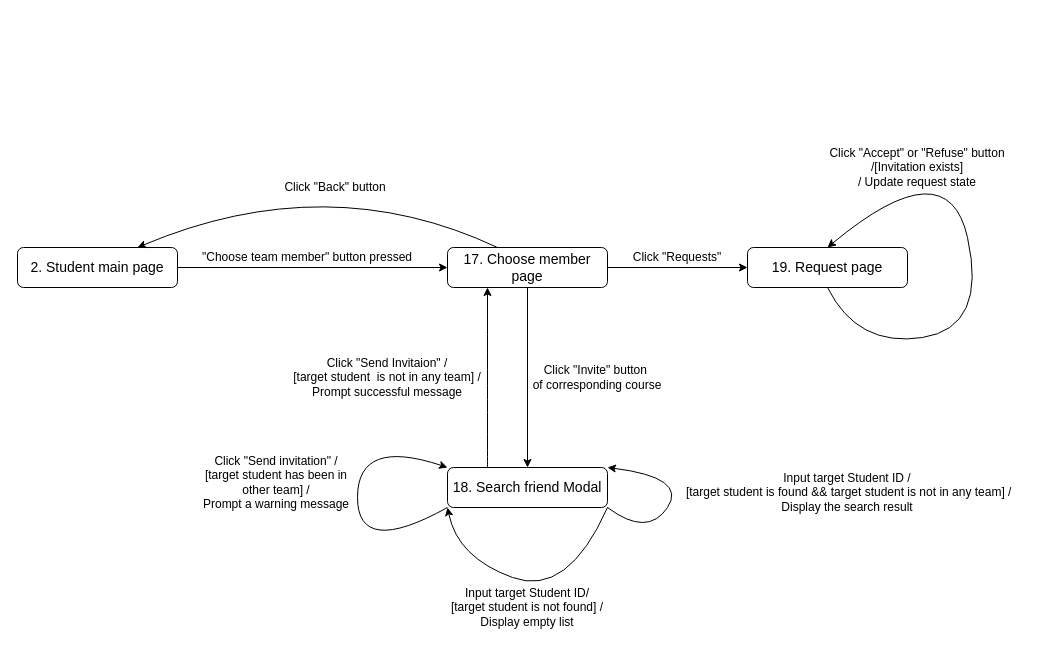
ShyScott/Air keeps this draw.io diagram as Documents/Specifications/Diagrams/3.7_StudentChooseTeamMember.drawio. Above is the earlier version. Source tidied: cells renumbered, new cells numbered last; positions are measured from the earlier drawing's top-left corner, leaving out a move shared by most shapes. Both pictures are drawn from the tidied source at 100%, with x=0, y=0 at pixel (17, 147).
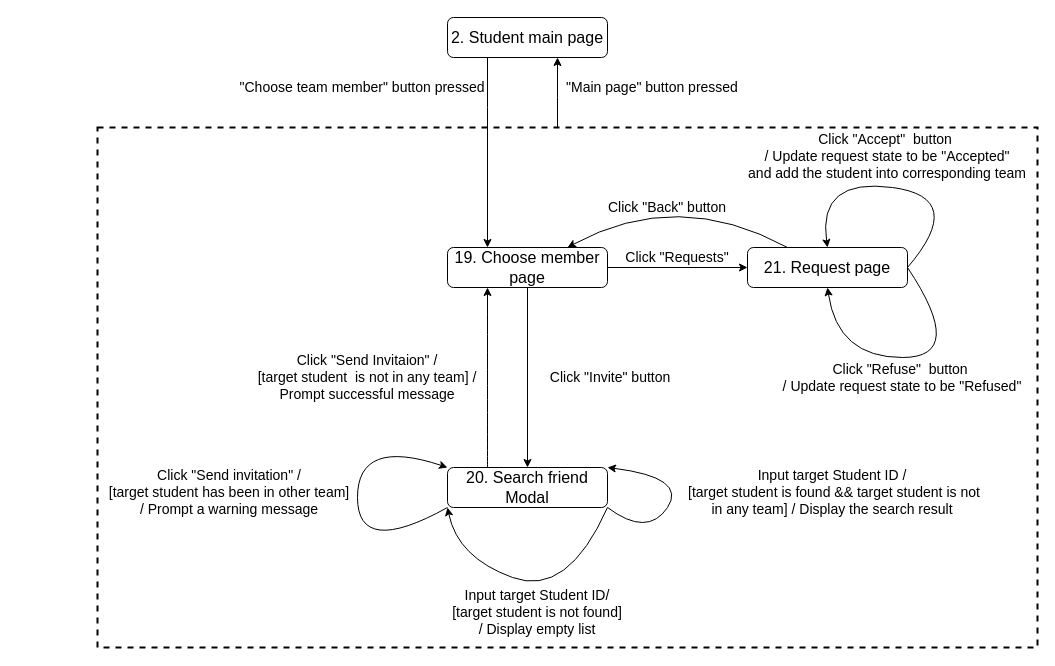
The same page after the edit.

Change to the diagram source:
```diff
@@
+    <mxCell id="24" style="edgeStyle=orthogonalEdgeStyle;rounded=0;jettySize=auto;html=1;" parent="1" edge="1" source="25" target="3">
+      <mxGeometry relative="1" as="geometry">
+        <Array as="points">
+          <mxPoint x="540" y="-50" />
+          <mxPoint x="540" y="-50" />
+        </Array>
+      </mxGeometry>
+    </mxCell>
+    <mxCell id="25" style="rounded=0;whiteSpace=wrap;html=1;strokeWidth=2;dashed=1;fillColor=none;" parent="1" vertex="1">
+      <mxGeometry x="80" y="-20" width="940" height="520" as="geometry" />
+    </mxCell>
-    <mxCell id="2" style="edgeStyle=orthogonalEdgeStyle;rounded=0;jettySize=auto;html=1;exitX=1;exitY=0.5;exitDx=0;exitDy=0;entryX=0;entryY=0.5;entryDx=0;entryDy=0;" parent="1" edge="1" source="3" target="7">
-      <mxGeometry relative="1" as="geometry" />
+    <mxCell id="2" style="edgeStyle=orthogonalEdgeStyle;rounded=0;jettySize=auto;html=1;" parent="1" edge="1" source="3" target="7">
+      <mxGeometry relative="1" as="geometry">
+        <Array as="points">
+          <mxPoint x="470" y="-40" />
+          <mxPoint x="470" y="-40" />
+        </Array>
+      </mxGeometry>
     </mxCell>
-    <mxCell id="3" value="&lt;font style=&quot;font-size: 14px&quot;&gt;2. Student main page&lt;/font&gt;" style="rounded=1;whiteSpace=wrap;html=1;" parent="1" vertex="1">
-      <mxGeometry y="100" width="160" height="40" as="geometry" />
+    <mxCell id="3" value="&lt;font style=&quot;font-size: 16px&quot;&gt;2. Student main page&lt;/font&gt;" style="rounded=1;whiteSpace=wrap;html=1;" parent="1" vertex="1">
+      <mxGeometry x="430" y="-130" width="160" height="40" as="geometry" />
     </mxCell>
-    <mxCell id="4" value="&quot;Choose team member&quot; button pressed" style="text;html=1;strokeColor=none;fillColor=none;align=center;verticalAlign=middle;whiteSpace=wrap;rounded=0;" parent="1" vertex="1">
-      <mxGeometry x="180" y="100" width="220" height="20" as="geometry" />
+    <mxCell id="4" value="&lt;font style=&quot;font-size: 14px&quot;&gt;&quot;Choose team member&quot; button pressed&lt;/font&gt;" style="text;html=1;strokeColor=none;fillColor=none;align=center;verticalAlign=middle;whiteSpace=wrap;rounded=0;" parent="1" vertex="1">
+      <mxGeometry x="220" y="-70" width="250" height="20" as="geometry" />
     </mxCell>
@@
-    <mxCell id="7" value="&lt;font style=&quot;font-size: 14px&quot;&gt;17. Choose member page&lt;/font&gt;" style="rounded=1;whiteSpace=wrap;html=1;" parent="1" vertex="1">
+    <mxCell id="7" value="&lt;font style=&quot;font-size: 16px&quot;&gt;19. Choose member page&lt;/font&gt;" style="rounded=1;whiteSpace=wrap;html=1;" parent="1" vertex="1">
       <mxGeometry x="430" y="100" width="160" height="40" as="geometry" />
     </mxCell>
@@
-    <mxCell id="9" value="&lt;font style=&quot;font-size: 14px&quot;&gt;18. Search friend Modal&lt;/font&gt;" style="rounded=1;whiteSpace=wrap;html=1;" parent="1" vertex="1">
+    <mxCell id="9" value="&lt;font style=&quot;font-size: 16px&quot;&gt;20. Search friend Modal&lt;/font&gt;" style="rounded=1;whiteSpace=wrap;html=1;" parent="1" vertex="1">
       <mxGeometry x="430" y="320" width="160" height="40" as="geometry" />
     </mxCell>
-    <mxCell id="10" value="Click &quot;Accept&quot; or &quot;Refuse&quot; button /[Invitation exists] &lt;br&gt;/ Update request state" style="text;html=1;strokeColor=none;fillColor=none;align=center;verticalAlign=middle;whiteSpace=wrap;rounded=0;" parent="1" vertex="1">
-      <mxGeometry x="790" y="10" width="220" height="20" as="geometry" />
+    <mxCell id="10" value="&lt;font style=&quot;font-size: 14px&quot;&gt;Click &quot;Accept&quot;&amp;nbsp; button&amp;nbsp;&lt;br&gt;/ Update request state to be &quot;Accepted&quot;&lt;br&gt;and add the student into corresponding team&lt;/font&gt;" style="text;html=1;strokeColor=none;fillColor=none;align=center;verticalAlign=middle;whiteSpace=wrap;rounded=0;" parent="1" vertex="1">
+      <mxGeometry x="730" y="-20" width="280" height="58" as="geometry" />
     </mxCell>
-    <mxCell id="11" style="endArrow=classic;html=1;curved=1;exitX=0.25;exitY=0;exitDx=0;exitDy=0;entryX=0.75;entryY=0;entryDx=0;entryDy=0;" parent="1" edge="1">
-      <mxGeometry relative="1" as="geometry">
-        <mxPoint x="480" y="100" as="sourcePoint" />
-        <mxPoint x="120" y="100" as="targetPoint" />
-        <Array as="points">
-          <mxPoint x="310" y="20" />
-        </Array>
-      </mxGeometry>
-    </mxCell>
-    <mxCell id="12" value="Click &quot;Invite&quot; button&amp;nbsp;&lt;br&gt;of corresponding course" style="text;html=1;strokeColor=none;fillColor=none;align=center;verticalAlign=middle;whiteSpace=wrap;rounded=0;" parent="1" vertex="1">
-      <mxGeometry x="510" y="220" width="140" height="20" as="geometry" />
+    <mxCell id="12" value="&lt;font style=&quot;font-size: 14px&quot;&gt;Click &quot;Invite&quot; button&amp;nbsp;&lt;br&gt;&lt;/font&gt;" style="text;html=1;strokeColor=none;fillColor=none;align=center;verticalAlign=middle;whiteSpace=wrap;rounded=0;" parent="1" vertex="1">
+      <mxGeometry x="510" y="220" width="170" height="20" as="geometry" />
     </mxCell>
@@
-    <mxCell id="14" value="Input target Student ID /&lt;br&gt;&amp;nbsp;[target student is found &amp;amp;&amp;amp; target student is not in any team] / Display the search result" style="text;html=1;strokeColor=none;fillColor=none;align=center;verticalAlign=middle;whiteSpace=wrap;rounded=0;" parent="1" vertex="1">
-      <mxGeometry x="660" y="320" width="340" height="50" as="geometry" />
+    <mxCell id="14" value="&lt;font style=&quot;font-size: 14px&quot;&gt;Input target Student ID /&lt;br&gt;&amp;nbsp;[target student is found &amp;amp;&amp;amp; target student is not in any team] / Display the search result&lt;/font&gt;" style="text;html=1;strokeColor=none;fillColor=none;align=center;verticalAlign=middle;whiteSpace=wrap;rounded=0;" parent="1" vertex="1">
+      <mxGeometry x="660" y="320" width="310" height="50" as="geometry" />
     </mxCell>
-    <mxCell id="15" value="Input target Student ID/ [target student is not found] / Display empty list" style="text;html=1;strokeColor=none;fillColor=none;align=center;verticalAlign=middle;whiteSpace=wrap;rounded=0;" parent="1" vertex="1">
-      <mxGeometry x="430" y="440" width="160" height="40" as="geometry" />
+    <mxCell id="15" value="&lt;font style=&quot;font-size: 14px&quot;&gt;Input target Student ID/ [target student is not found]&lt;br&gt;/ Display empty list&lt;/font&gt;" style="text;html=1;strokeColor=none;fillColor=none;align=center;verticalAlign=middle;whiteSpace=wrap;rounded=0;" parent="1" vertex="1">
+      <mxGeometry x="430" y="440" width="180" height="50" as="geometry" />
     </mxCell>
-    <mxCell id="16" value="Click &quot;Send Invitaion&quot; /&lt;br&gt;[target student&amp;nbsp; is not in any team] / &lt;br&gt;Prompt successful message" style="text;html=1;strokeColor=none;fillColor=none;align=center;verticalAlign=middle;whiteSpace=wrap;rounded=0;" parent="1" vertex="1">
-      <mxGeometry x="270" y="220" width="200" height="20" as="geometry" />
+    <mxCell id="16" value="&lt;font style=&quot;font-size: 14px&quot;&gt;Click &quot;Send Invitaion&quot; /&lt;br&gt;[target student&amp;nbsp; is not in any team] / &lt;br&gt;Prompt successful message&lt;/font&gt;" style="text;html=1;strokeColor=none;fillColor=none;align=center;verticalAlign=middle;whiteSpace=wrap;rounded=0;" parent="1" vertex="1">
+      <mxGeometry x="230" y="200" width="240" height="60" as="geometry" />
     </mxCell>
@@
-    <mxCell id="18" value="Click &quot;Back&quot; button" style="text;html=1;strokeColor=none;fillColor=none;align=center;verticalAlign=middle;whiteSpace=wrap;rounded=0;" parent="1" vertex="1">
-      <mxGeometry x="260" y="30" width="116" height="20" as="geometry" />
-    </mxCell>
-    <mxCell id="19" value="&lt;font style=&quot;font-size: 14px&quot;&gt;19. Request page&lt;/font&gt;" style="rounded=1;whiteSpace=wrap;html=1;" parent="1" vertex="1">
+    <mxCell id="19" value="&lt;font style=&quot;font-size: 16px&quot;&gt;21. Request page&lt;/font&gt;" style="rounded=1;whiteSpace=wrap;html=1;" parent="1" vertex="1">
       <mxGeometry x="730" y="100" width="160" height="40" as="geometry" />
     </mxCell>
-    <mxCell id="20" value="Click &quot;Requests&quot;" style="text;html=1;strokeColor=none;fillColor=none;align=center;verticalAlign=middle;whiteSpace=wrap;rounded=0;" parent="1" vertex="1">
-      <mxGeometry x="610" y="100" width="100" height="20" as="geometry" />
+    <mxCell id="20" value="&lt;font style=&quot;font-size: 14px&quot;&gt;Click &quot;Requests&quot;&lt;/font&gt;" style="text;html=1;strokeColor=none;fillColor=none;align=center;verticalAlign=middle;whiteSpace=wrap;rounded=0;" parent="1" vertex="1">
+      <mxGeometry x="600" y="100" width="120" height="20" as="geometry" />
     </mxCell>
-    <mxCell id="21" style="endArrow=classic;html=1;curved=1;exitX=0.5;exitY=1;exitDx=0;exitDy=0;entryX=0.5;entryY=0;entryDx=0;entryDy=0;" parent="1" edge="1" source="19" target="19">
-      <mxGeometry relative="1" as="geometry">
-        <Array as="points">
-          <mxPoint x="840" y="200" />
-          <mxPoint x="970" y="180" />
-          <mxPoint x="930" />
-        </Array>
-      </mxGeometry>
-    </mxCell>
@@
-    <mxCell id="23" value="Click &quot;Send invitation&quot; /&lt;br&gt;[target student has been in other team] /&lt;br&gt;Prompt a warning message" style="text;html=1;strokeColor=none;fillColor=none;align=center;verticalAlign=middle;whiteSpace=wrap;rounded=0;" parent="1" vertex="1">
-      <mxGeometry x="184" y="300" width="150" height="70" as="geometry" />
+    <mxCell id="23" value="&lt;font style=&quot;font-size: 14px&quot;&gt;Click &quot;Send invitation&quot; /&lt;br&gt;[target student has been in other team]&lt;br&gt;/ Prompt a warning message&lt;/font&gt;" style="text;html=1;strokeColor=none;fillColor=none;align=center;verticalAlign=middle;whiteSpace=wrap;rounded=0;" parent="1" vertex="1">
+      <mxGeometry x="90" y="320" width="244" height="50" as="geometry" />
     </mxCell>
+    <mxCell id="26" style="endArrow=classic;html=1;exitX=0.25;exitY=0;exitDx=0;exitDy=0;entryX=0.75;entryY=0;entryDx=0;entryDy=0;curved=1;" parent="1" edge="1" source="19" target="7">
+      <mxGeometry relative="1" as="geometry">
+        <Array as="points">
+          <mxPoint x="660" y="40" />
+        </Array>
+      </mxGeometry>
+    </mxCell>
+    <mxCell id="18" value="&lt;font style=&quot;font-size: 14px&quot;&gt;Click &quot;Back&quot; button&lt;/font&gt;" style="text;html=1;strokeColor=none;fillColor=none;align=center;verticalAlign=middle;whiteSpace=wrap;rounded=0;" parent="1" vertex="1">
+      <mxGeometry x="580" y="50" width="140" height="20" as="geometry" />
+    </mxCell>
+    <mxCell id="27" style="endArrow=classic;html=1;exitX=1;exitY=0.5;exitDx=0;exitDy=0;curved=1;entryX=0.5;entryY=0;entryDx=0;entryDy=0;" parent="1" edge="1" source="19" target="19">
+      <mxGeometry relative="1" as="geometry">
+        <Array as="points">
+          <mxPoint x="950" y="50" />
+          <mxPoint x="800" y="30" />
+        </Array>
+      </mxGeometry>
+    </mxCell>
+    <mxCell id="28" style="endArrow=classic;html=1;exitX=1;exitY=0.5;exitDx=0;exitDy=0;curved=1;entryX=0.5;entryY=1;entryDx=0;entryDy=0;" parent="1" edge="1" source="19" target="19">
+      <mxGeometry relative="1" as="geometry">
+        <Array as="points">
+          <mxPoint x="950" y="210" />
+          <mxPoint x="820" y="210" />
+        </Array>
+      </mxGeometry>
+    </mxCell>
+    <mxCell id="29" value="&lt;font style=&quot;font-size: 14px&quot;&gt;Click &quot;Refuse&quot;&amp;nbsp; button&amp;nbsp;&lt;br&gt;/ Update request state to be &quot;Refused&quot;&lt;/font&gt;" style="text;html=1;strokeColor=none;fillColor=none;align=center;verticalAlign=middle;whiteSpace=wrap;rounded=0;" parent="1" vertex="1">
+      <mxGeometry x="760" y="210" width="250" height="40" as="geometry" />
+    </mxCell>
+    <mxCell id="30" value="&lt;font style=&quot;font-size: 14px&quot;&gt;&quot;Main page&quot; button pressed&lt;/font&gt;" style="text;html=1;strokeColor=none;fillColor=none;align=center;verticalAlign=middle;whiteSpace=wrap;rounded=0;" parent="1" vertex="1">
+      <mxGeometry x="540" y="-70" width="190" height="20" as="geometry" />
+    </mxCell>
```
